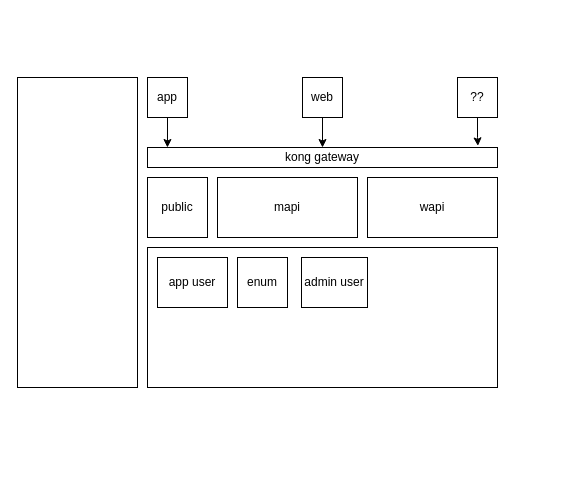
Above: 未命名绘图.drawio in tclxtianxiang-yu/geektime-books (draw.io), before the change. Source tidied: cells renumbered, new cells numbered last; positions are measured from the earlier drawing's top-left corner, leaving out a move shared by most shapes. Both pictures are drawn from the tidied source at 100%, with x=0, y=0 at pixel (17, 77).
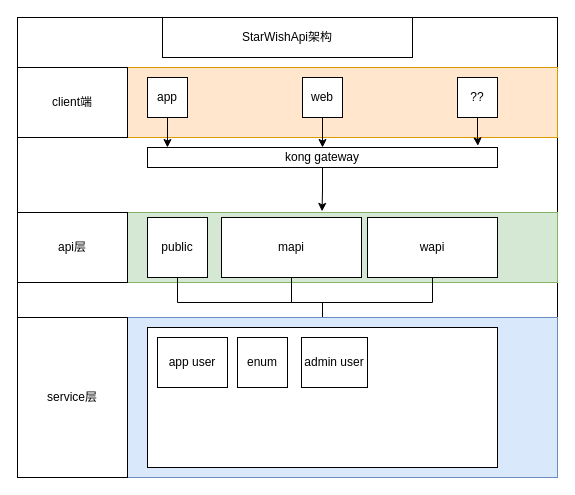
Above is the later version.

Commit message:
更新未命名绘图.drawio

Unchanged cells that the change refers to:
```xml
<mxCell id="2" value="kong gateway" style="rounded=0;whiteSpace=wrap;html=1;" parent="1" vertex="1">
  <mxGeometry x="130" y="70" width="350" height="20" as="geometry" />
</mxCell>
```

The edit, as a diff of the source:
```diff
@@
+    <mxCell id="12" value="&lt;div style=&quot;&quot;&gt;&lt;br&gt;&lt;/div&gt;" style="rounded=0;whiteSpace=wrap;html=1;align=left;" parent="1" vertex="1">
+      <mxGeometry y="-60" width="540" height="460" as="geometry" />
+    </mxCell>
@@
+    <mxCell id="17" style="rounded=0;whiteSpace=wrap;html=1;fillColor=#ffe6cc;strokeColor=#d79b00;" parent="1" vertex="1">
+      <mxGeometry y="-10" width="540" height="70" as="geometry" />
+    </mxCell>
@@
+    <mxCell id="18" style="rounded=0;whiteSpace=wrap;html=1;fillColor=#d5e8d4;strokeColor=#82b366;" parent="1" vertex="1">
+      <mxGeometry y="135" width="540" height="70" as="geometry" />
+    </mxCell>
+    <mxCell id="19" style="edgeStyle=orthogonalEdgeStyle;rounded=0;jettySize=auto;html=1;entryX=0.5;entryY=0;entryDx=0;entryDy=0;" parent="1" edge="1" source="7" target="13">
+      <mxGeometry relative="1" as="geometry" />
+    </mxCell>
     <mxCell id="7" value="public" style="rounded=0;whiteSpace=wrap;html=1;" parent="1" vertex="1">
-      <mxGeometry x="130" y="100" width="60" height="60" as="geometry" />
+      <mxGeometry x="130" y="140" width="60" height="60" as="geometry" />
     </mxCell>
+    <mxCell id="20" style="edgeStyle=orthogonalEdgeStyle;rounded=0;jettySize=auto;html=1;entryX=0.5;entryY=0;entryDx=0;entryDy=0;" parent="1" edge="1" source="8" target="13">
+      <mxGeometry relative="1" as="geometry" />
+    </mxCell>
     <mxCell id="8" value="mapi" style="rounded=0;whiteSpace=wrap;html=1;" parent="1" vertex="1">
-      <mxGeometry x="200" y="100" width="140" height="60" as="geometry" />
+      <mxGeometry x="204" y="140" width="140" height="60" as="geometry" />
     </mxCell>
@@
+    <mxCell id="21" style="edgeStyle=orthogonalEdgeStyle;rounded=0;jettySize=auto;html=1;entryX=0.5;entryY=0;entryDx=0;entryDy=0;" parent="1" edge="1" source="11" target="13">
+      <mxGeometry relative="1" as="geometry" />
+    </mxCell>
     <mxCell id="11" value="wapi" style="rounded=0;whiteSpace=wrap;html=1;" parent="1" vertex="1">
-      <mxGeometry x="350" y="100" width="130" height="60" as="geometry" />
+      <mxGeometry x="350" y="140" width="130" height="60" as="geometry" />
     </mxCell>
-    <mxCell id="12" style="rounded=0;whiteSpace=wrap;html=1;" parent="1" vertex="1">
-      <mxGeometry width="120" height="310" as="geometry" />
-    </mxCell>
+    <mxCell id="22" style="rounded=0;whiteSpace=wrap;html=1;fillColor=#dae8fc;strokeColor=#6c8ebf;" parent="1" vertex="1">
+      <mxGeometry y="240" width="540" height="160" as="geometry" />
+    </mxCell>
     <mxCell id="13" style="rounded=0;whiteSpace=wrap;html=1;" parent="1" vertex="1">
-      <mxGeometry x="130" y="170" width="350" height="140" as="geometry" />
+      <mxGeometry x="130" y="250" width="350" height="140" as="geometry" />
     </mxCell>
     <mxCell id="14" value="app user" style="rounded=0;whiteSpace=wrap;html=1;" parent="1" vertex="1">
-      <mxGeometry x="140" y="180" width="70" height="50" as="geometry" />
+      <mxGeometry x="140" y="260" width="70" height="50" as="geometry" />
     </mxCell>
     <mxCell id="15" value="enum" style="rounded=0;whiteSpace=wrap;html=1;" parent="1" vertex="1">
-      <mxGeometry x="220" y="180" width="50" height="50" as="geometry" />
+      <mxGeometry x="220" y="260" width="50" height="50" as="geometry" />
     </mxCell>
     <mxCell id="16" value="admin user" style="rounded=0;whiteSpace=wrap;html=1;" parent="1" vertex="1">
-      <mxGeometry x="284" y="180" width="66" height="50" as="geometry" />
+      <mxGeometry x="284" y="260" width="66" height="50" as="geometry" />
     </mxCell>
+    <mxCell id="23" value="StarWishApi架构" style="rounded=0;whiteSpace=wrap;html=1;" parent="1" vertex="1">
+      <mxGeometry x="145" y="-60" width="250" height="40" as="geometry" />
+    </mxCell>
+    <mxCell id="24" value="client端" style="rounded=0;whiteSpace=wrap;html=1;" parent="1" vertex="1">
+      <mxGeometry y="-10" width="110" height="70" as="geometry" />
+    </mxCell>
+    <mxCell id="25" value="api层" style="rounded=0;whiteSpace=wrap;html=1;" parent="1" vertex="1">
+      <mxGeometry y="135" width="110" height="70" as="geometry" />
+    </mxCell>
+    <mxCell id="26" style="edgeStyle=orthogonalEdgeStyle;rounded=0;jettySize=auto;html=1;entryX=0.564;entryY=-0.016;entryDx=0;entryDy=0;entryPerimeter=0;" parent="1" edge="1" source="2" target="18">
+      <mxGeometry relative="1" as="geometry" />
+    </mxCell>
+    <mxCell id="27" value="service层" style="rounded=0;whiteSpace=wrap;html=1;" parent="1" vertex="1">
+      <mxGeometry y="240" width="110" height="160" as="geometry" />
+    </mxCell>
```
